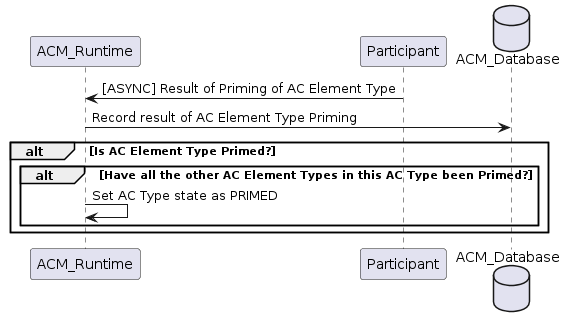
Earlier version of the PlantUML export docs/clamp/acm/images/system-dialogues/PrimeInfoUpdatedInDb.png (onap/policy-parent). Its source is kept beside it as docs/clamp/acm/plantuml/system-dialogues/PrimeInfoUpdatedInDb.puml.
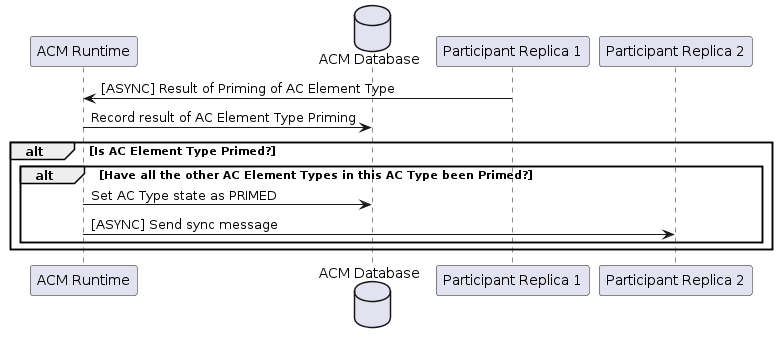
After the change.

Diff of the diagram source:
```diff
@@ -1,14 +1,16 @@
 @startuml
-participant ACM_Runtime
-participant Participant
-database ACM_Database
+participant "ACM Runtime"
+database "ACM Database"
+participant "Participant Replica 1"
+participant "Participant Replica 2"
 
-ACM_Runtime <- Participant: [ASYNC] Result of Priming of AC Element Type
-ACM_Runtime -> ACM_Database: Record result of AC Element Type Priming
+"ACM Runtime" <- "Participant Replica 1": [ASYNC] Result of Priming of AC Element Type
+"ACM Runtime" -> "ACM Database": Record result of AC Element Type Priming
 
 alt Is AC Element Type Primed?
  alt Have all the other AC Element Types in this AC Type been Primed?
-  ACM_Runtime -> ACM_Runtime: Set AC Type state as PRIMED
+  "ACM Runtime" -> "ACM Database": Set AC Type state as PRIMED
+  "ACM Runtime" -> "Participant Replica 2": [ASYNC] Send sync message
   end
 end
 
```
